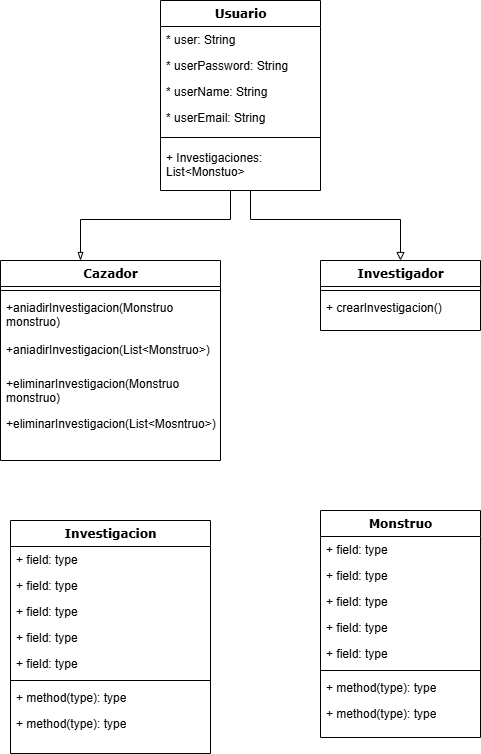
eduardosmoralesglez/diario-del-cazador-mhw keeps this draw.io diagram as images/diagrama-de-clases.drawio.png. Above is the earlier version. Source tidied: cells renumbered, new cells last; positions are measured from the earlier drawing's top-left corner, leaving out a move shared by most shapes.
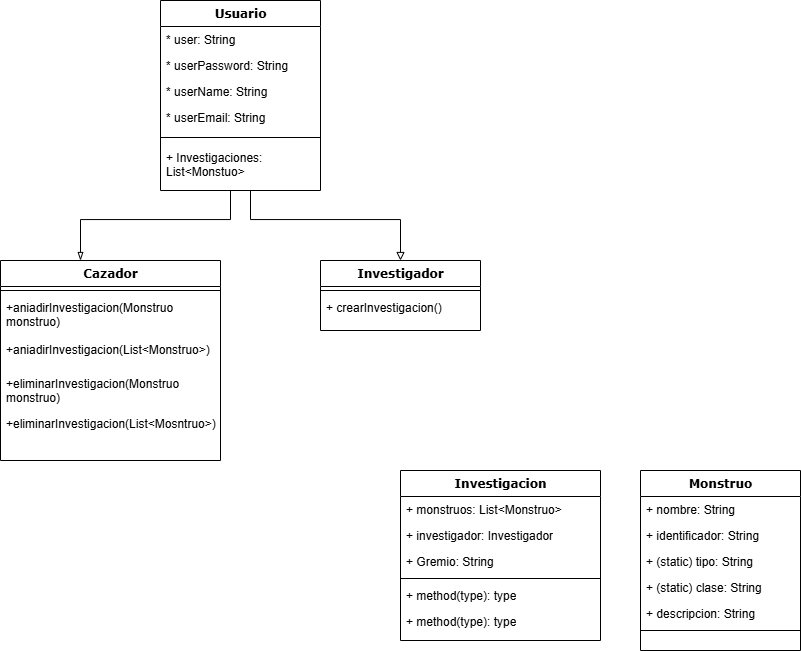
The same diagram one commit later.

Change to the diagram source:
```diff
@@ -67,58 +67,46 @@
       <mxGeometry y="34" width="160" height="26" as="geometry" />
     </mxCell>
     <mxCell id="20" value="Investigacion" style="swimlane;html=1;fontStyle=1;align=center;verticalAlign=top;horizontal=1;startSize=26;swimlaneFillColor=#ffffff;rounded=0;shadow=0;comic=0;labelBackgroundColor=none;strokeWidth=1;fillColor=none;fontFamily=Verdana;fontSize=12;" parent="1" vertex="1">
-      <mxGeometry x="10" y="520" width="200" height="233" as="geometry" />
+      <mxGeometry x="400" y="470" width="200" height="170" as="geometry" />
     </mxCell>
-    <mxCell id="21" value="+ field: type" style="text;html=1;strokeColor=none;fillColor=none;align=left;verticalAlign=top;spacingLeft=4;spacingRight=4;whiteSpace=wrap;overflow=hidden;" parent="20" vertex="1">
+    <mxCell id="21" value="+ monstruos: List&amp;lt;Monstruo&amp;gt;" style="text;html=1;strokeColor=none;fillColor=none;align=left;verticalAlign=top;spacingLeft=4;spacingRight=4;whiteSpace=wrap;overflow=hidden;" parent="20" vertex="1">
       <mxGeometry y="26" width="200" height="26" as="geometry" />
     </mxCell>
-    <mxCell id="22" value="+ field: type" style="text;html=1;strokeColor=none;fillColor=none;align=left;verticalAlign=top;spacingLeft=4;spacingRight=4;whiteSpace=wrap;overflow=hidden;" parent="20" vertex="1">
-      <mxGeometry y="52" width="200" height="26" as="geometry" />
-    </mxCell>
-    <mxCell id="23" value="+ field: type" style="text;html=1;strokeColor=none;fillColor=none;align=left;verticalAlign=top;spacingLeft=4;spacingRight=4;whiteSpace=wrap;overflow=hidden;" parent="20" vertex="1">
-      <mxGeometry y="78" width="200" height="26" as="geometry" />
-    </mxCell>
-    <mxCell id="24" value="+ field: type" style="text;html=1;strokeColor=none;fillColor=none;align=left;verticalAlign=top;spacingLeft=4;spacingRight=4;whiteSpace=wrap;overflow=hidden;" parent="20" vertex="1">
-      <mxGeometry y="104" width="200" height="26" as="geometry" />
-    </mxCell>
-    <mxCell id="25" value="+ field: type" style="text;html=1;strokeColor=none;fillColor=none;align=left;verticalAlign=top;spacingLeft=4;spacingRight=4;whiteSpace=wrap;overflow=hidden;" parent="20" vertex="1">
-      <mxGeometry y="130" width="200" height="26" as="geometry" />
+    <mxCell id="25" value="+ investigador: Investigador" style="text;html=1;strokeColor=none;fillColor=none;align=left;verticalAlign=top;spacingLeft=4;spacingRight=4;whiteSpace=wrap;overflow=hidden;" parent="20" vertex="1">
+      <mxGeometry y="52" width="200" height="26" as="geometry" />
     </mxCell>
+    <mxCell id="38" value="+ Gremio: String" style="text;html=1;strokeColor=none;fillColor=none;align=left;verticalAlign=top;spacingLeft=4;spacingRight=4;whiteSpace=wrap;overflow=hidden;" parent="20" vertex="1">
+      <mxGeometry y="78" width="200" height="26" as="geometry" />
+    </mxCell>
     <mxCell id="26" style="line;html=1;strokeWidth=1;fillColor=none;align=left;verticalAlign=middle;spacingTop=-1;spacingLeft=3;spacingRight=3;labelPosition=right;" parent="20" vertex="1">
-      <mxGeometry y="156" width="200" height="8" as="geometry" />
+      <mxGeometry y="104" width="200" height="8" as="geometry" />
     </mxCell>
     <mxCell id="27" value="+ method(type): type" style="text;html=1;strokeColor=none;fillColor=none;align=left;verticalAlign=top;spacingLeft=4;spacingRight=4;whiteSpace=wrap;overflow=hidden;" parent="20" vertex="1">
-      <mxGeometry y="164" width="200" height="26" as="geometry" />
+      <mxGeometry y="112" width="200" height="26" as="geometry" />
     </mxCell>
     <mxCell id="28" value="+ method(type): type" style="text;html=1;strokeColor=none;fillColor=none;align=left;verticalAlign=top;spacingLeft=4;spacingRight=4;whiteSpace=wrap;overflow=hidden;" parent="20" vertex="1">
-      <mxGeometry y="190" width="200" height="26" as="geometry" />
+      <mxGeometry y="138" width="200" height="26" as="geometry" />
     </mxCell>
     <mxCell id="29" value="Monstruo" style="swimlane;html=1;fontStyle=1;align=center;verticalAlign=top;horizontal=1;startSize=26;swimlaneFillColor=#ffffff;rounded=0;shadow=0;comic=0;labelBackgroundColor=none;strokeWidth=1;fillColor=none;fontFamily=Verdana;fontSize=12;" parent="1" vertex="1">
-      <mxGeometry x="320" y="510" width="160" height="227" as="geometry" />
+      <mxGeometry x="640" y="470" width="160" height="180" as="geometry" />
     </mxCell>
-    <mxCell id="30" value="+ field: type" style="text;html=1;strokeColor=none;fillColor=none;align=left;verticalAlign=top;spacingLeft=4;spacingRight=4;whiteSpace=wrap;overflow=hidden;" parent="29" vertex="1">
+    <mxCell id="30" value="+ nombre: String" style="text;html=1;strokeColor=none;fillColor=none;align=left;verticalAlign=top;spacingLeft=4;spacingRight=4;whiteSpace=wrap;overflow=hidden;" parent="29" vertex="1">
       <mxGeometry y="26" width="160" height="26" as="geometry" />
     </mxCell>
-    <mxCell id="31" value="+ field: type" style="text;html=1;strokeColor=none;fillColor=none;align=left;verticalAlign=top;spacingLeft=4;spacingRight=4;whiteSpace=wrap;overflow=hidden;" parent="29" vertex="1">
+    <mxCell id="31" value="+ identificador: String" style="text;html=1;strokeColor=none;fillColor=none;align=left;verticalAlign=top;spacingLeft=4;spacingRight=4;whiteSpace=wrap;overflow=hidden;" parent="29" vertex="1">
       <mxGeometry y="52" width="160" height="26" as="geometry" />
     </mxCell>
-    <mxCell id="32" value="+ field: type" style="text;html=1;strokeColor=none;fillColor=none;align=left;verticalAlign=top;spacingLeft=4;spacingRight=4;whiteSpace=wrap;overflow=hidden;" parent="29" vertex="1">
+    <mxCell id="32" value="+ (static) tipo: String" style="text;html=1;strokeColor=none;fillColor=none;align=left;verticalAlign=top;spacingLeft=4;spacingRight=4;whiteSpace=wrap;overflow=hidden;" parent="29" vertex="1">
       <mxGeometry y="78" width="160" height="26" as="geometry" />
     </mxCell>
-    <mxCell id="33" value="+ field: type" style="text;html=1;strokeColor=none;fillColor=none;align=left;verticalAlign=top;spacingLeft=4;spacingRight=4;whiteSpace=wrap;overflow=hidden;" parent="29" vertex="1">
+    <mxCell id="33" value="+ (static) clase: String" style="text;html=1;strokeColor=none;fillColor=none;align=left;verticalAlign=top;spacingLeft=4;spacingRight=4;whiteSpace=wrap;overflow=hidden;" parent="29" vertex="1">
       <mxGeometry y="104" width="160" height="26" as="geometry" />
     </mxCell>
-    <mxCell id="34" value="+ field: type" style="text;html=1;strokeColor=none;fillColor=none;align=left;verticalAlign=top;spacingLeft=4;spacingRight=4;whiteSpace=wrap;overflow=hidden;" parent="29" vertex="1">
+    <mxCell id="34" value="+ descripcion: String" style="text;html=1;strokeColor=none;fillColor=none;align=left;verticalAlign=top;spacingLeft=4;spacingRight=4;whiteSpace=wrap;overflow=hidden;" parent="29" vertex="1">
       <mxGeometry y="130" width="160" height="26" as="geometry" />
     </mxCell>
     <mxCell id="35" style="line;html=1;strokeWidth=1;fillColor=none;align=left;verticalAlign=middle;spacingTop=-1;spacingLeft=3;spacingRight=3;labelPosition=right;" parent="29" vertex="1">
       <mxGeometry y="156" width="160" height="8" as="geometry" />
     </mxCell>
-    <mxCell id="36" value="+ method(type): type" style="text;html=1;strokeColor=none;fillColor=none;align=left;verticalAlign=top;spacingLeft=4;spacingRight=4;whiteSpace=wrap;overflow=hidden;" parent="29" vertex="1">
-      <mxGeometry y="164" width="160" height="26" as="geometry" />
-    </mxCell>
-    <mxCell id="37" value="+ method(type): type" style="text;html=1;strokeColor=none;fillColor=none;align=left;verticalAlign=top;spacingLeft=4;spacingRight=4;whiteSpace=wrap;overflow=hidden;" parent="29" vertex="1">
-      <mxGeometry y="190" width="160" height="26" as="geometry" />
-    </mxCell>
   </root>
 </mxGraphModel>
```
